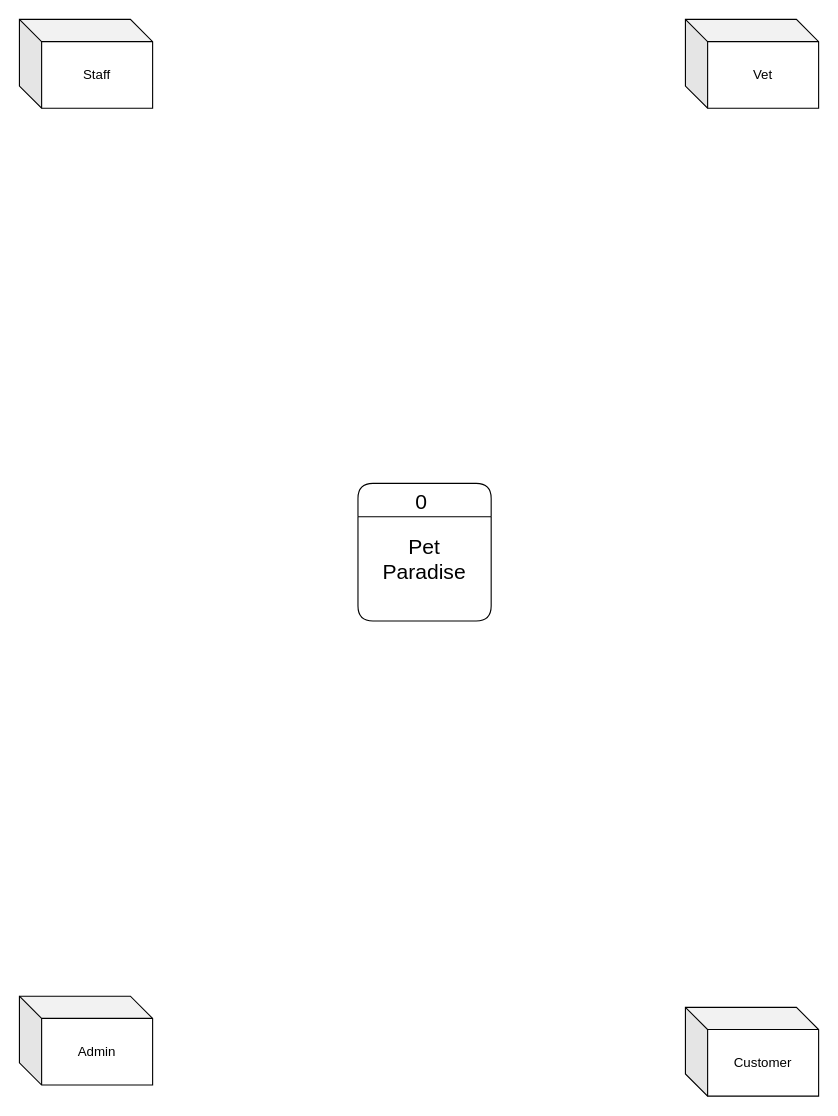
Before: page "Context" (2 of 3) of SDPflowchart.drawio in Kentcwk26/SDP, a draw.io diagram. Source tidied: cells renumbered, new cells numbered last; positions are measured from the earlier drawing's top-left corner, leaving out a move shared by most shapes. Both pictures are drawn from the tidied source at 111%, with x=0, y=0 at pixel (19, 19).
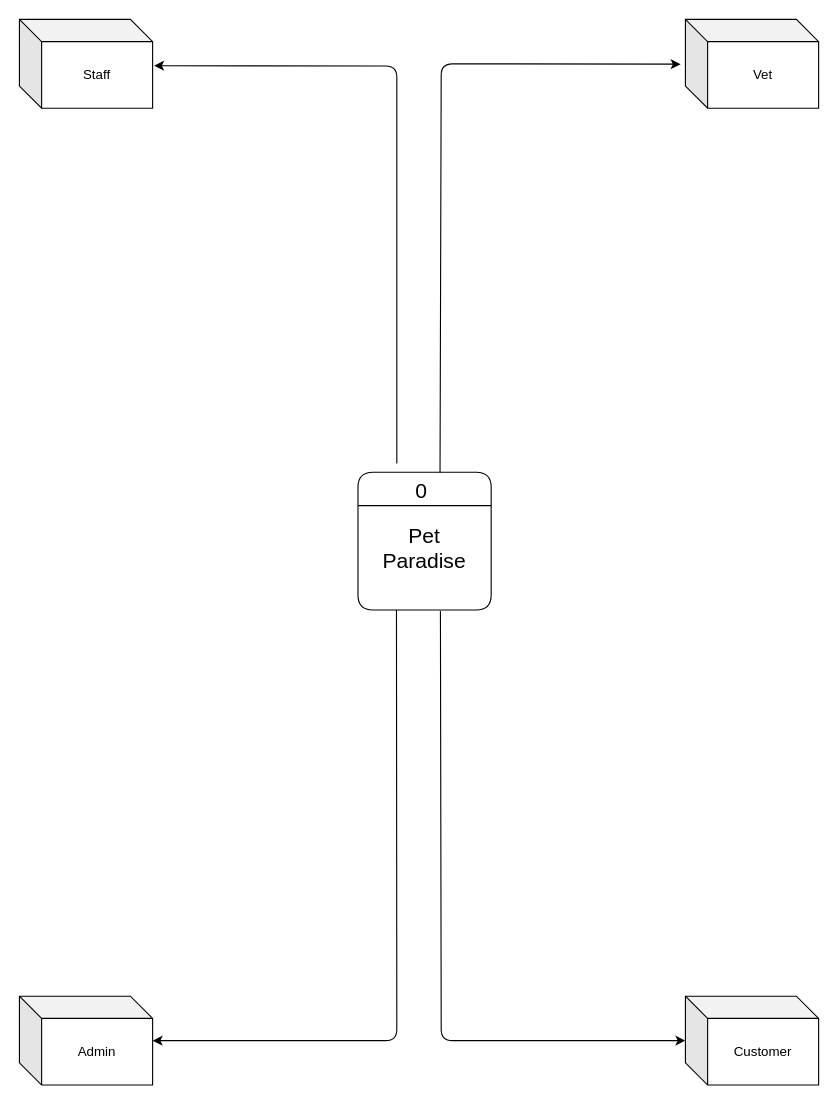
The same diagram, later.

What changed in the source:
```diff
@@
 <mxGraphModel>
   <root>
     <mxCell id="0" />
     <mxCell id="1" parent="0" />
     <mxCell id="2" value="Staff" style="shape=cube;whiteSpace=wrap;html=1;boundedLbl=1;backgroundOutline=1;darkOpacity=0.05;darkOpacity2=0.1;" parent="1" vertex="1">
       <mxGeometry width="120" height="80" as="geometry" />
     </mxCell>
     <mxCell id="3" value="Vet" style="shape=cube;whiteSpace=wrap;html=1;boundedLbl=1;backgroundOutline=1;darkOpacity=0.05;darkOpacity2=0.1;" parent="1" vertex="1">
       <mxGeometry x="600" width="120" height="80" as="geometry" />
     </mxCell>
     <mxCell id="4" value="Admin" style="shape=cube;whiteSpace=wrap;html=1;boundedLbl=1;backgroundOutline=1;darkOpacity=0.05;darkOpacity2=0.1;" parent="1" vertex="1">
       <mxGeometry y="880" width="120" height="80" as="geometry" />
     </mxCell>
     <mxCell id="5" value="Customer" style="shape=cube;whiteSpace=wrap;html=1;boundedLbl=1;backgroundOutline=1;darkOpacity=0.05;darkOpacity2=0.1;" parent="1" vertex="1">
-      <mxGeometry x="600" y="890" width="120" height="80" as="geometry" />
+      <mxGeometry x="600" y="880" width="120" height="80" as="geometry" />
     </mxCell>
+    <mxCell id="8" style="edgeStyle=none;html=1;entryX=1.011;entryY=0.521;entryDx=0;entryDy=0;entryPerimeter=0;" parent="1" edge="1" target="2">
+      <mxGeometry relative="1" as="geometry">
+        <mxPoint x="340" y="400" as="sourcePoint" />
+        <Array as="points">
+          <mxPoint x="340" y="42" />
+        </Array>
+      </mxGeometry>
+    </mxCell>
     <mxCell id="6" value="0 " style="swimlane;fontStyle=0;horizontal=1;startSize=30;fillColor=none;rounded=1;fontSize=19;strokeWidth=1;swimlaneLine=1;" parent="1" vertex="1">
-      <mxGeometry x="305" y="418" width="120" height="124" as="geometry" />
+      <mxGeometry x="305" y="408" width="120" height="124" as="geometry" />
     </mxCell>
     <mxCell id="7" value="Pet &#10;Paradise" style="text;strokeColor=none;fillColor=none;align=center;verticalAlign=top;spacingLeft=4;spacingRight=4;overflow=hidden;points=[[0,0.5],[1,0.5]];portConstraint=eastwest;rounded=1;fontSize=19;spacingTop=9;" parent="6" vertex="1">
       <mxGeometry y="30" width="120" height="94" as="geometry" />
     </mxCell>
+    <mxCell id="9" style="edgeStyle=none;html=1;entryX=-0.036;entryY=0.504;entryDx=0;entryDy=0;entryPerimeter=0;exitX=0.616;exitY=0.004;exitDx=0;exitDy=0;exitPerimeter=0;" parent="1" edge="1" source="6" target="3">
+      <mxGeometry relative="1" as="geometry">
+        <Array as="points">
+          <mxPoint x="380" y="40" />
+        </Array>
+      </mxGeometry>
+    </mxCell>
+    <mxCell id="10" style="edgeStyle=none;html=1;exitX=0.289;exitY=1;exitDx=0;exitDy=0;exitPerimeter=0;" parent="1" edge="1" source="7">
+      <mxGeometry relative="1" as="geometry">
+        <mxPoint x="120" y="920" as="targetPoint" />
+        <Array as="points">
+          <mxPoint x="340" y="920" />
+        </Array>
+      </mxGeometry>
+    </mxCell>
+    <mxCell id="11" style="edgeStyle=none;html=1;exitX=0.619;exitY=1.01;exitDx=0;exitDy=0;exitPerimeter=0;" parent="1" edge="1" source="7" target="5">
+      <mxGeometry relative="1" as="geometry">
+        <Array as="points">
+          <mxPoint x="380" y="920" />
+        </Array>
+      </mxGeometry>
+    </mxCell>
   </root>
 </mxGraphModel>
```
